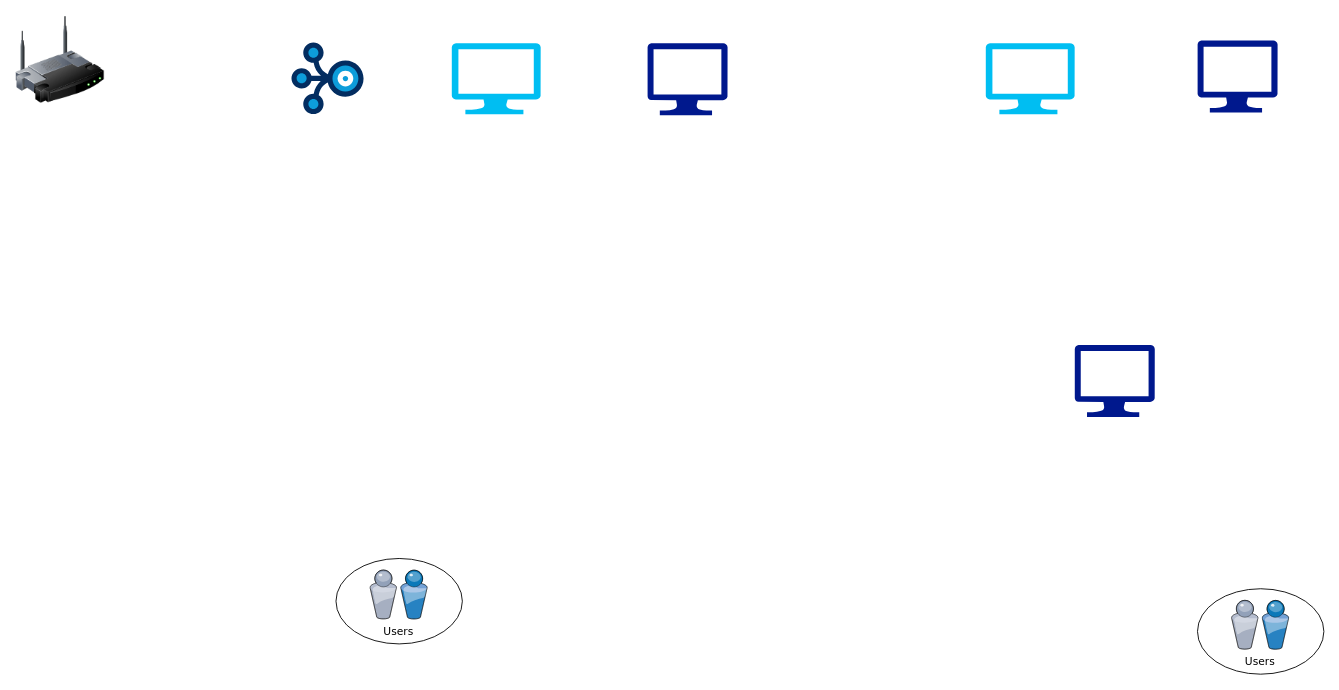
Earlier version of the draw.io diagram Church Streaming Diagram.drawio (Prince-K-Ado/ChurchStreaming). Source tidied: cells renumbered, new cells numbered last; positions are measured from the earlier drawing's top-left corner, leaving out a move shared by most shapes. Both pictures are drawn from the tidied source at 89%, with x=0, y=0 at pixel (15, 15).
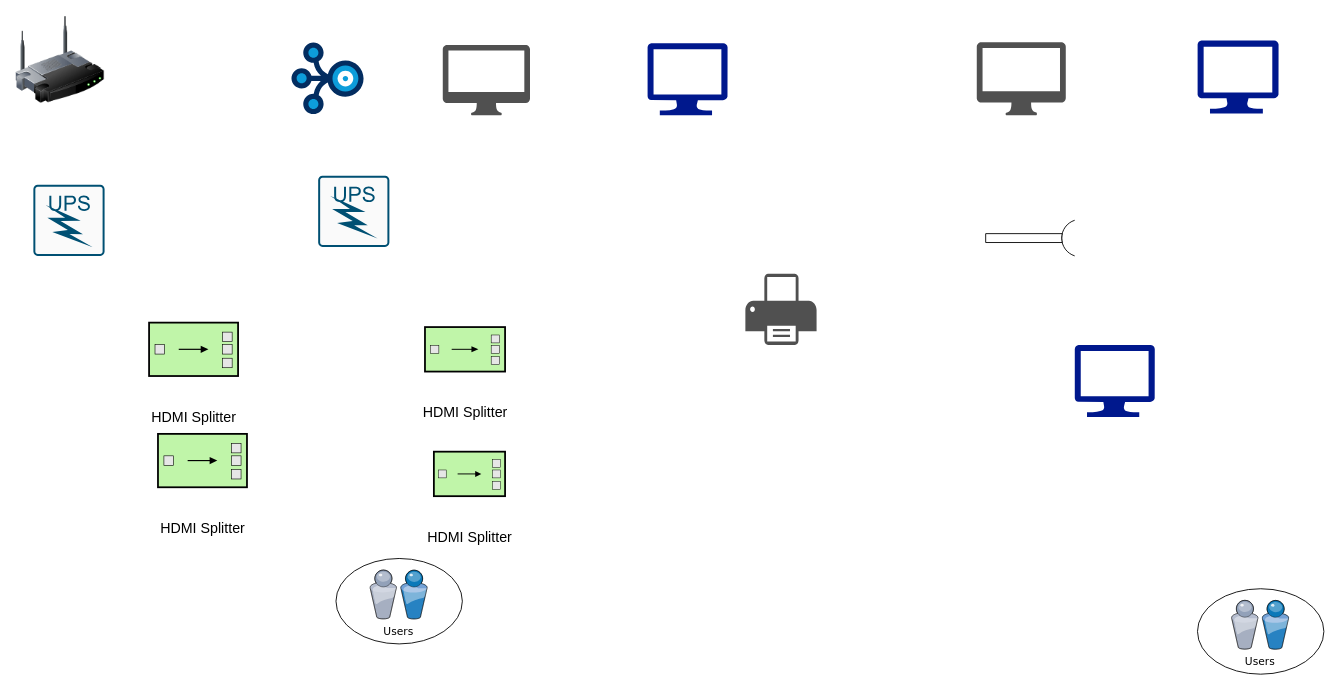
Above is the later version.

Diff of the diagram source:
```diff
@@
-    <mxCell id="4" style="verticalLabelPosition=bottom;html=1;verticalAlign=top;align=center;strokeColor=none;fillColor=#00BEF2;shape=mxgraph.azure.computer;" parent="1" vertex="1">
-      <mxGeometry x="490" y="31" width="100" height="80" as="geometry" />
-    </mxCell>
@@
-    <mxCell id="6" style="verticalLabelPosition=bottom;html=1;verticalAlign=top;align=center;strokeColor=none;fillColor=#00BEF2;shape=mxgraph.azure.computer;" parent="1" vertex="1">
-      <mxGeometry x="1090" y="31" width="100" height="80" as="geometry" />
-    </mxCell>
     <mxCell id="7" style="sketch=0;shadow=0;dashed=0;html=1;strokeColor=none;labelPosition=center;verticalLabelPosition=bottom;verticalAlign=top;align=center;fillColor=#00188D;shape=mxgraph.azure.computer;" parent="1" vertex="1">
-      <mxGeometry x="1328" y="28" width="90" height="81" as="geometry" />
+      <mxGeometry x="1328" y="28" width="91.1" height="82" as="geometry" />
     </mxCell>
@@
+    <mxCell id="15" value="&lt;p style=&quot;line-height: 800%;&quot;&gt;&lt;span style=&quot;font-size: 16px;&quot;&gt;HDMI Splitter&lt;/span&gt;&lt;br&gt;&lt;/p&gt;" style="html=1;strokeWidth=2;dashed=0;align=center;fontSize=8;fillColor=#c0f5a9;verticalLabelPosition=bottom;verticalAlign=top;shape=mxgraph.eip.splitter;" parent="1" vertex="1">
+      <mxGeometry x="160" y="470" width="100" height="60" as="geometry" />
+    </mxCell>
+    <mxCell id="16" style="verticalLabelPosition=bottom;shadow=0;dashed=0;align=center;html=1;verticalAlign=top;shape=mxgraph.electrical.miscellaneous.adapter;" parent="1" vertex="1">
+      <mxGeometry x="1090" y="230" width="100" height="40" as="geometry" />
+    </mxCell>
+    <mxCell id="17" style="sketch=0;shadow=0;dashed=0;html=1;strokeColor=none;fillColor=#505050;labelPosition=center;verticalLabelPosition=bottom;verticalAlign=top;align=center;shape=mxgraph.office.devices.mac_client;" parent="1" vertex="1">
+      <mxGeometry x="480" y="33" width="98" height="79" as="geometry" />
+    </mxCell>
+    <mxCell id="18" style="sketch=0;shadow=0;dashed=0;html=1;strokeColor=none;fillColor=#505050;labelPosition=center;verticalLabelPosition=bottom;verticalAlign=top;align=center;shape=mxgraph.office.devices.mac_client;" parent="1" vertex="1">
+      <mxGeometry x="1080" y="30" width="100" height="82" as="geometry" />
+    </mxCell>
+    <mxCell id="19" style="sketch=0;verticalLabelPosition=bottom;html=1;verticalAlign=top;align=center;shape=mxgraph.cisco19.rect;prIcon=ups;fillColor=#FAFAFA;strokeColor=#005073;" parent="1" vertex="1">
+      <mxGeometry x="20" y="190" width="80" height="80" as="geometry" />
+    </mxCell>
+    <mxCell id="20" style="sketch=0;verticalLabelPosition=bottom;html=1;verticalAlign=top;align=center;shape=mxgraph.cisco19.rect;prIcon=ups;fillColor=#FAFAFA;strokeColor=#005073;" parent="1" vertex="1">
+      <mxGeometry x="340" y="180" width="80" height="80" as="geometry" />
+    </mxCell>
+    <mxCell id="21" style="sketch=0;shadow=0;dashed=0;html=1;strokeColor=none;fillColor=#505050;labelPosition=center;verticalLabelPosition=bottom;verticalAlign=top;align=center;shape=mxgraph.office.devices.printer;" parent="1" vertex="1">
+      <mxGeometry x="820" y="290" width="80" height="80" as="geometry" />
+    </mxCell>
+    <mxCell id="22" value="&lt;p style=&quot;line-height: 800%;&quot;&gt;&lt;span style=&quot;font-size: 16px;&quot;&gt;HDMI Splitter&lt;/span&gt;&lt;br&gt;&lt;/p&gt;" style="html=1;strokeWidth=2;dashed=0;align=center;fontSize=8;fillColor=#c0f5a9;verticalLabelPosition=bottom;verticalAlign=top;shape=mxgraph.eip.splitter;" parent="1" vertex="1">
+      <mxGeometry x="150" y="345" width="100" height="60" as="geometry" />
+    </mxCell>
+    <mxCell id="23" value="&lt;p style=&quot;line-height: 800%;&quot;&gt;&lt;span style=&quot;font-size: 16px;&quot;&gt;HDMI Splitter&lt;/span&gt;&lt;br&gt;&lt;/p&gt;" style="html=1;strokeWidth=2;dashed=0;align=center;fontSize=8;fillColor=#c0f5a9;verticalLabelPosition=bottom;verticalAlign=top;shape=mxgraph.eip.splitter;" parent="1" vertex="1">
+      <mxGeometry x="470" y="490" width="80" height="50" as="geometry" />
+    </mxCell>
+    <mxCell id="24" value="&lt;p style=&quot;line-height: 800%;&quot;&gt;&lt;span style=&quot;font-size: 16px;&quot;&gt;HDMI Splitter&lt;/span&gt;&lt;br&gt;&lt;/p&gt;" style="html=1;strokeWidth=2;dashed=0;align=center;fontSize=8;fillColor=#c0f5a9;verticalLabelPosition=bottom;verticalAlign=top;shape=mxgraph.eip.splitter;" parent="1" vertex="1">
+      <mxGeometry x="460" y="350" width="90" height="50" as="geometry" />
+    </mxCell>
```
